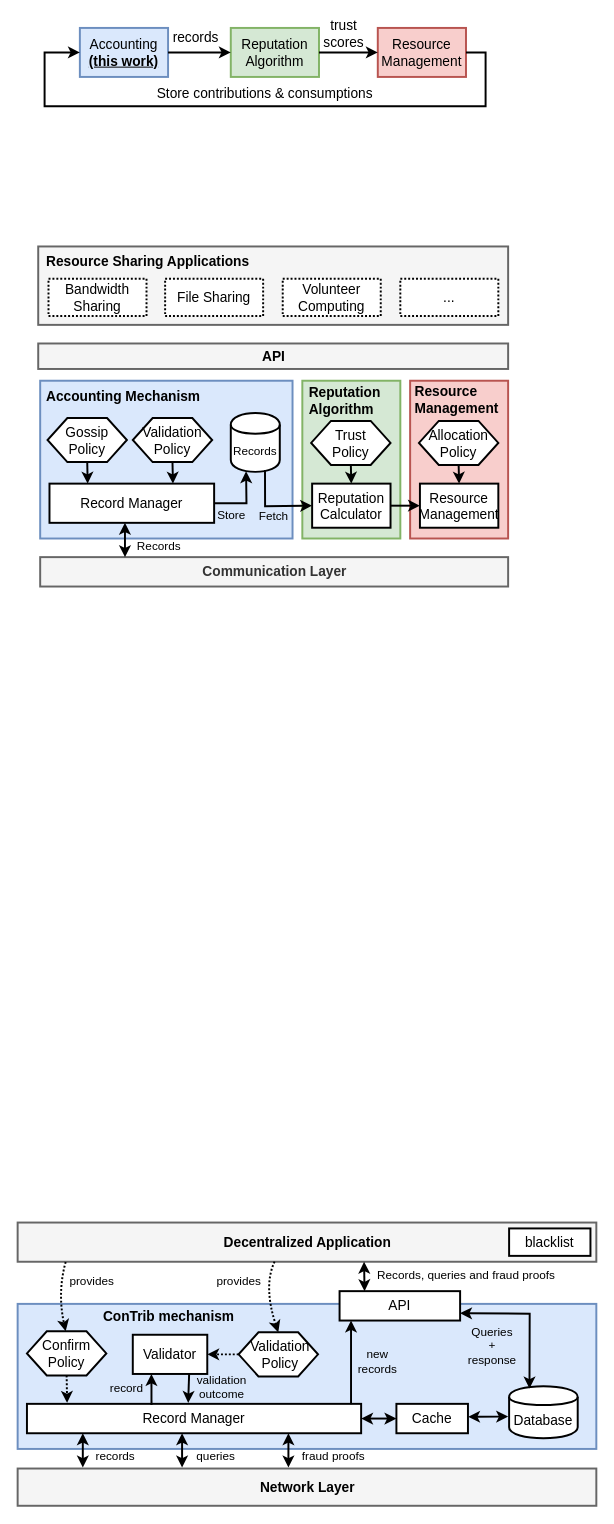
Before: trustchain/assets/system_architecture.drawio in devos50/phd-thesis, a draw.io diagram. Source tidied: cells renumbered, new cells numbered last; positions are measured from the earlier drawing's top-left corner, leaving out a move shared by most shapes. Both pictures are drawn from the tidied source at 98%, with x=0, y=0 at pixel (18, 27).
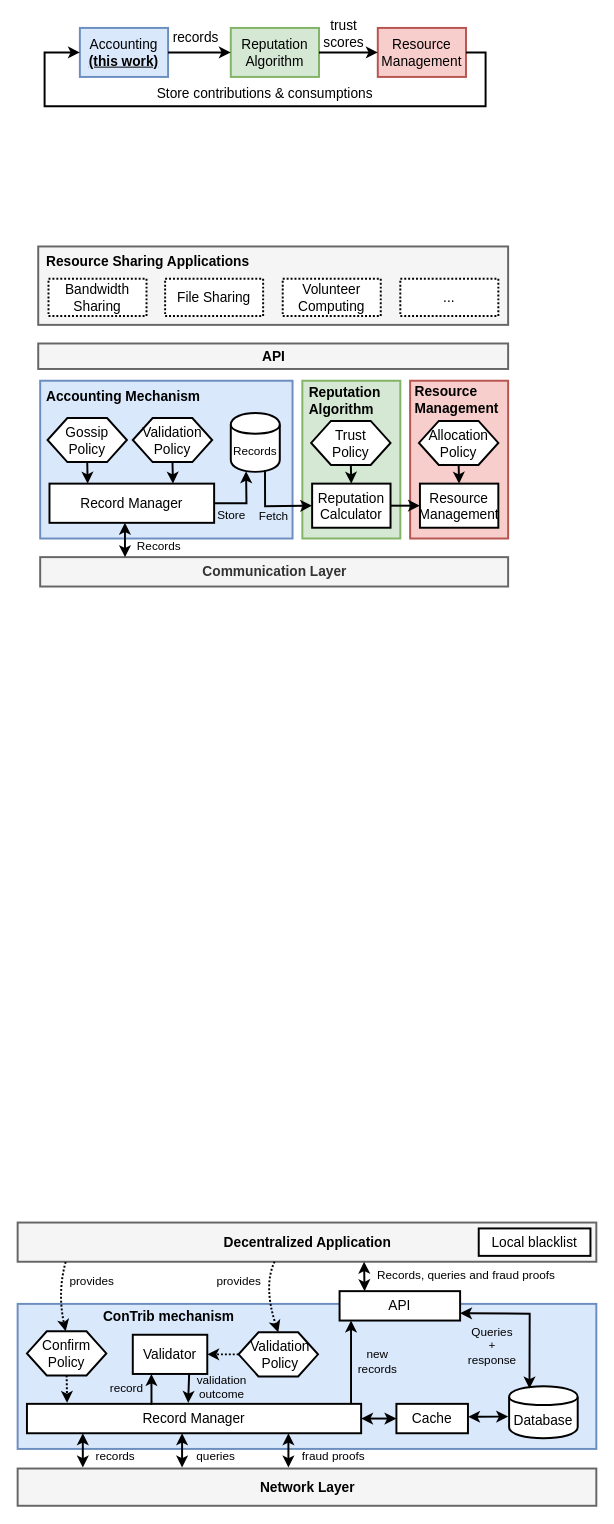
The same page after the edit.

Diff of the diagram source:
```diff
@@
-    <mxCell id="74" value="blacklist" style="rounded=0;whiteSpace=wrap;html=1;fontSize=14;strokeWidth=2;" parent="1" vertex="1">
-      <mxGeometry x="501" y="1225" width="83" height="28" as="geometry" />
+    <mxCell id="74" value="Local blacklist" style="rounded=0;whiteSpace=wrap;html=1;fontSize=14;strokeWidth=2;" parent="1" vertex="1">
+      <mxGeometry x="470" y="1225" width="114" height="28" as="geometry" />
     </mxCell>
```
